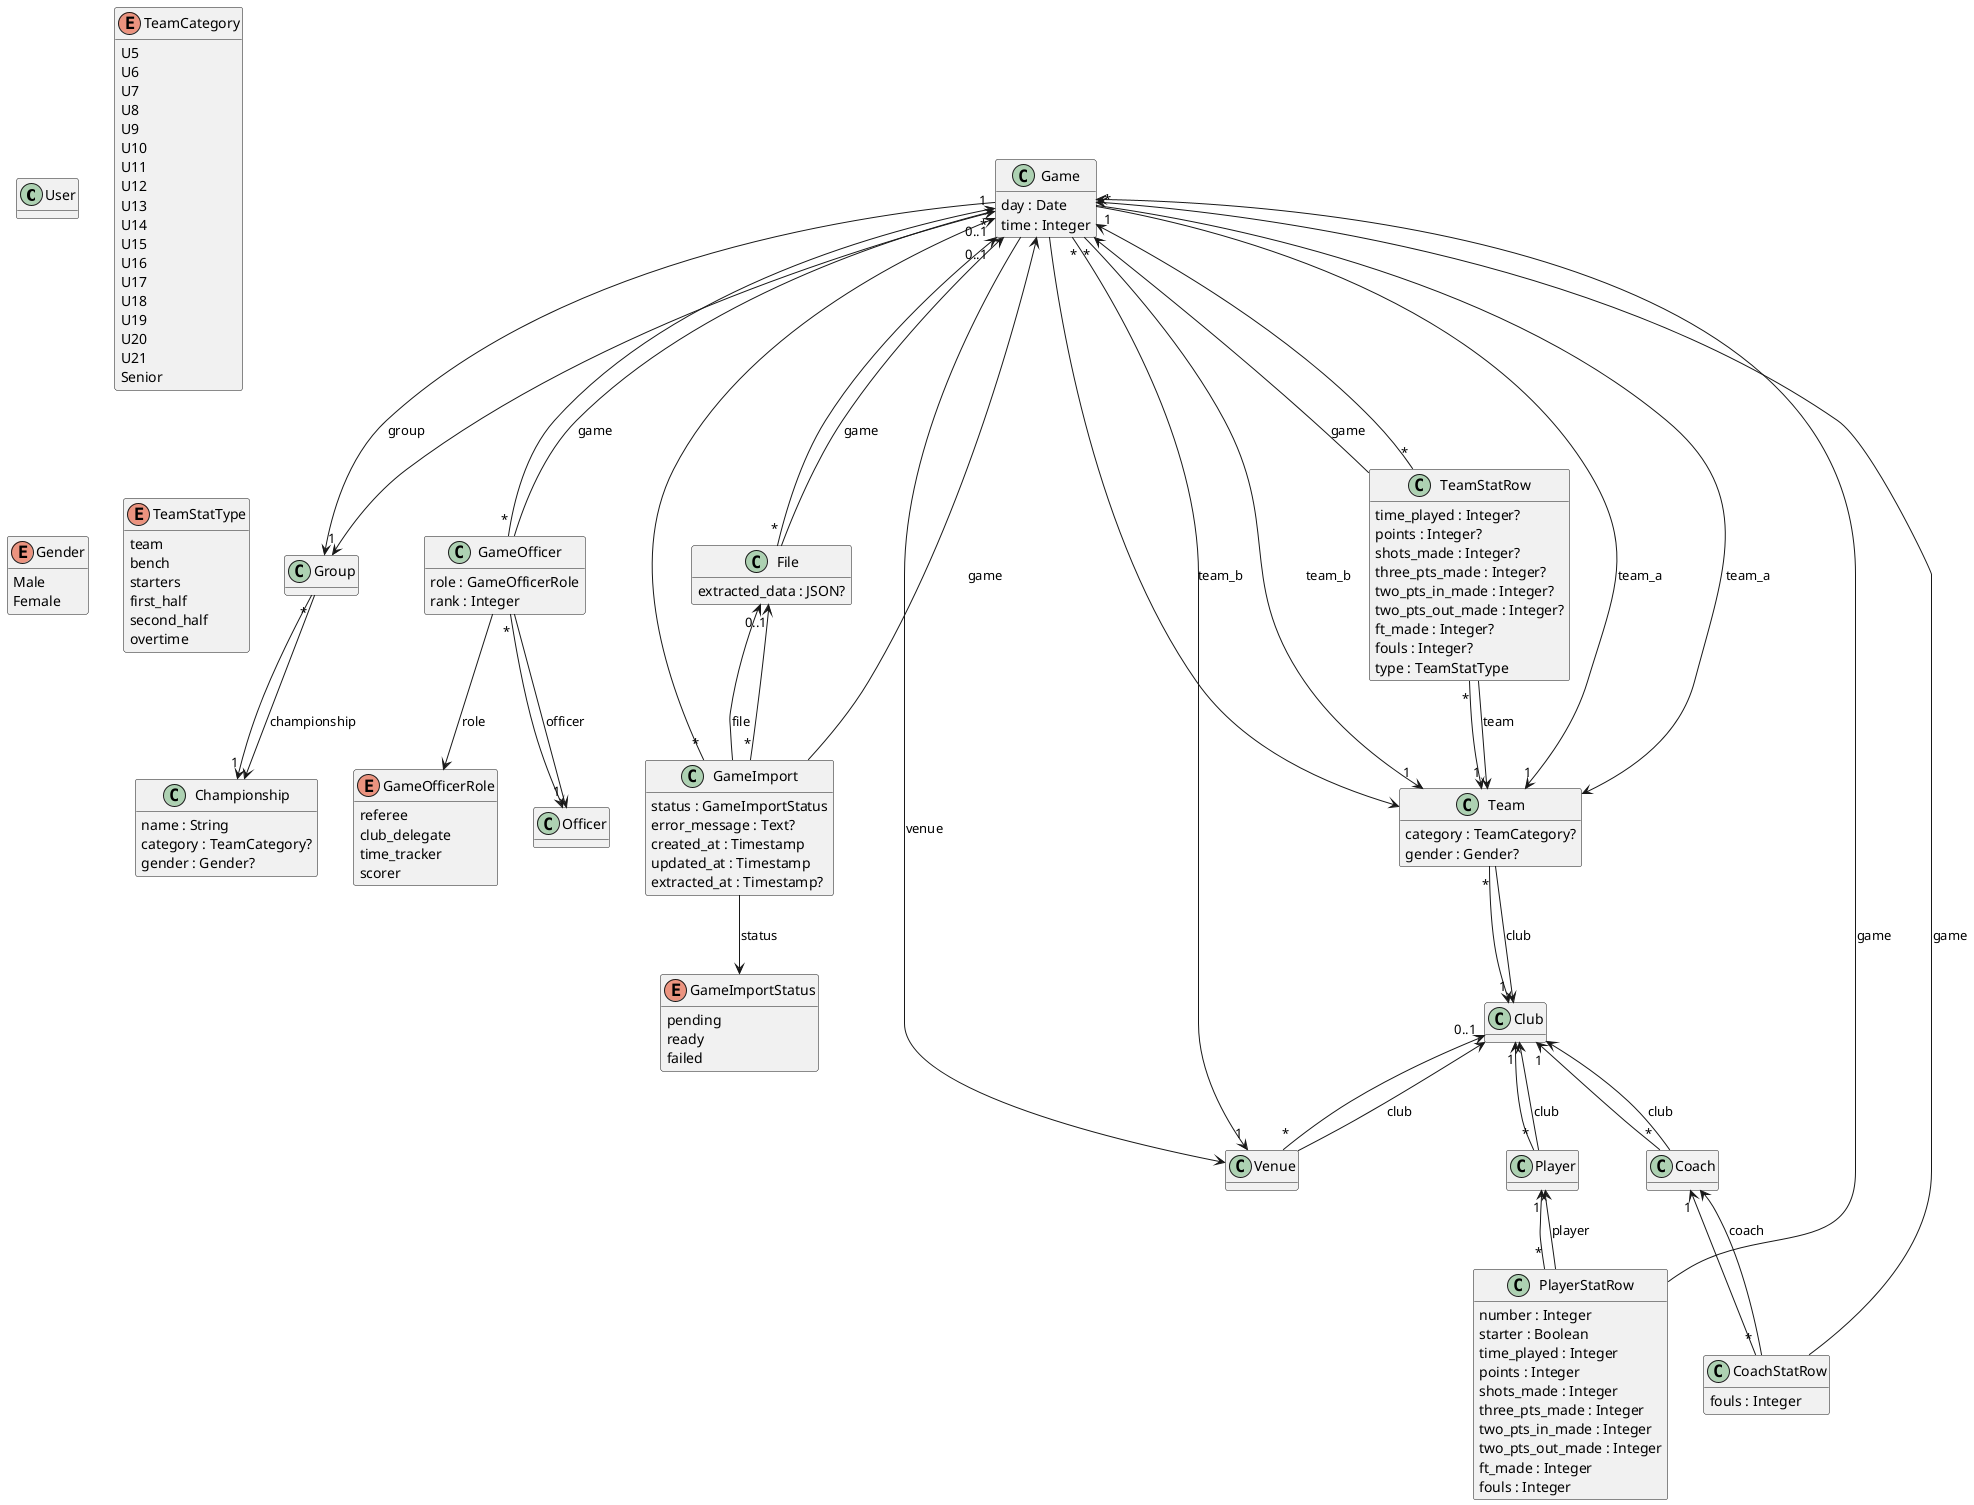
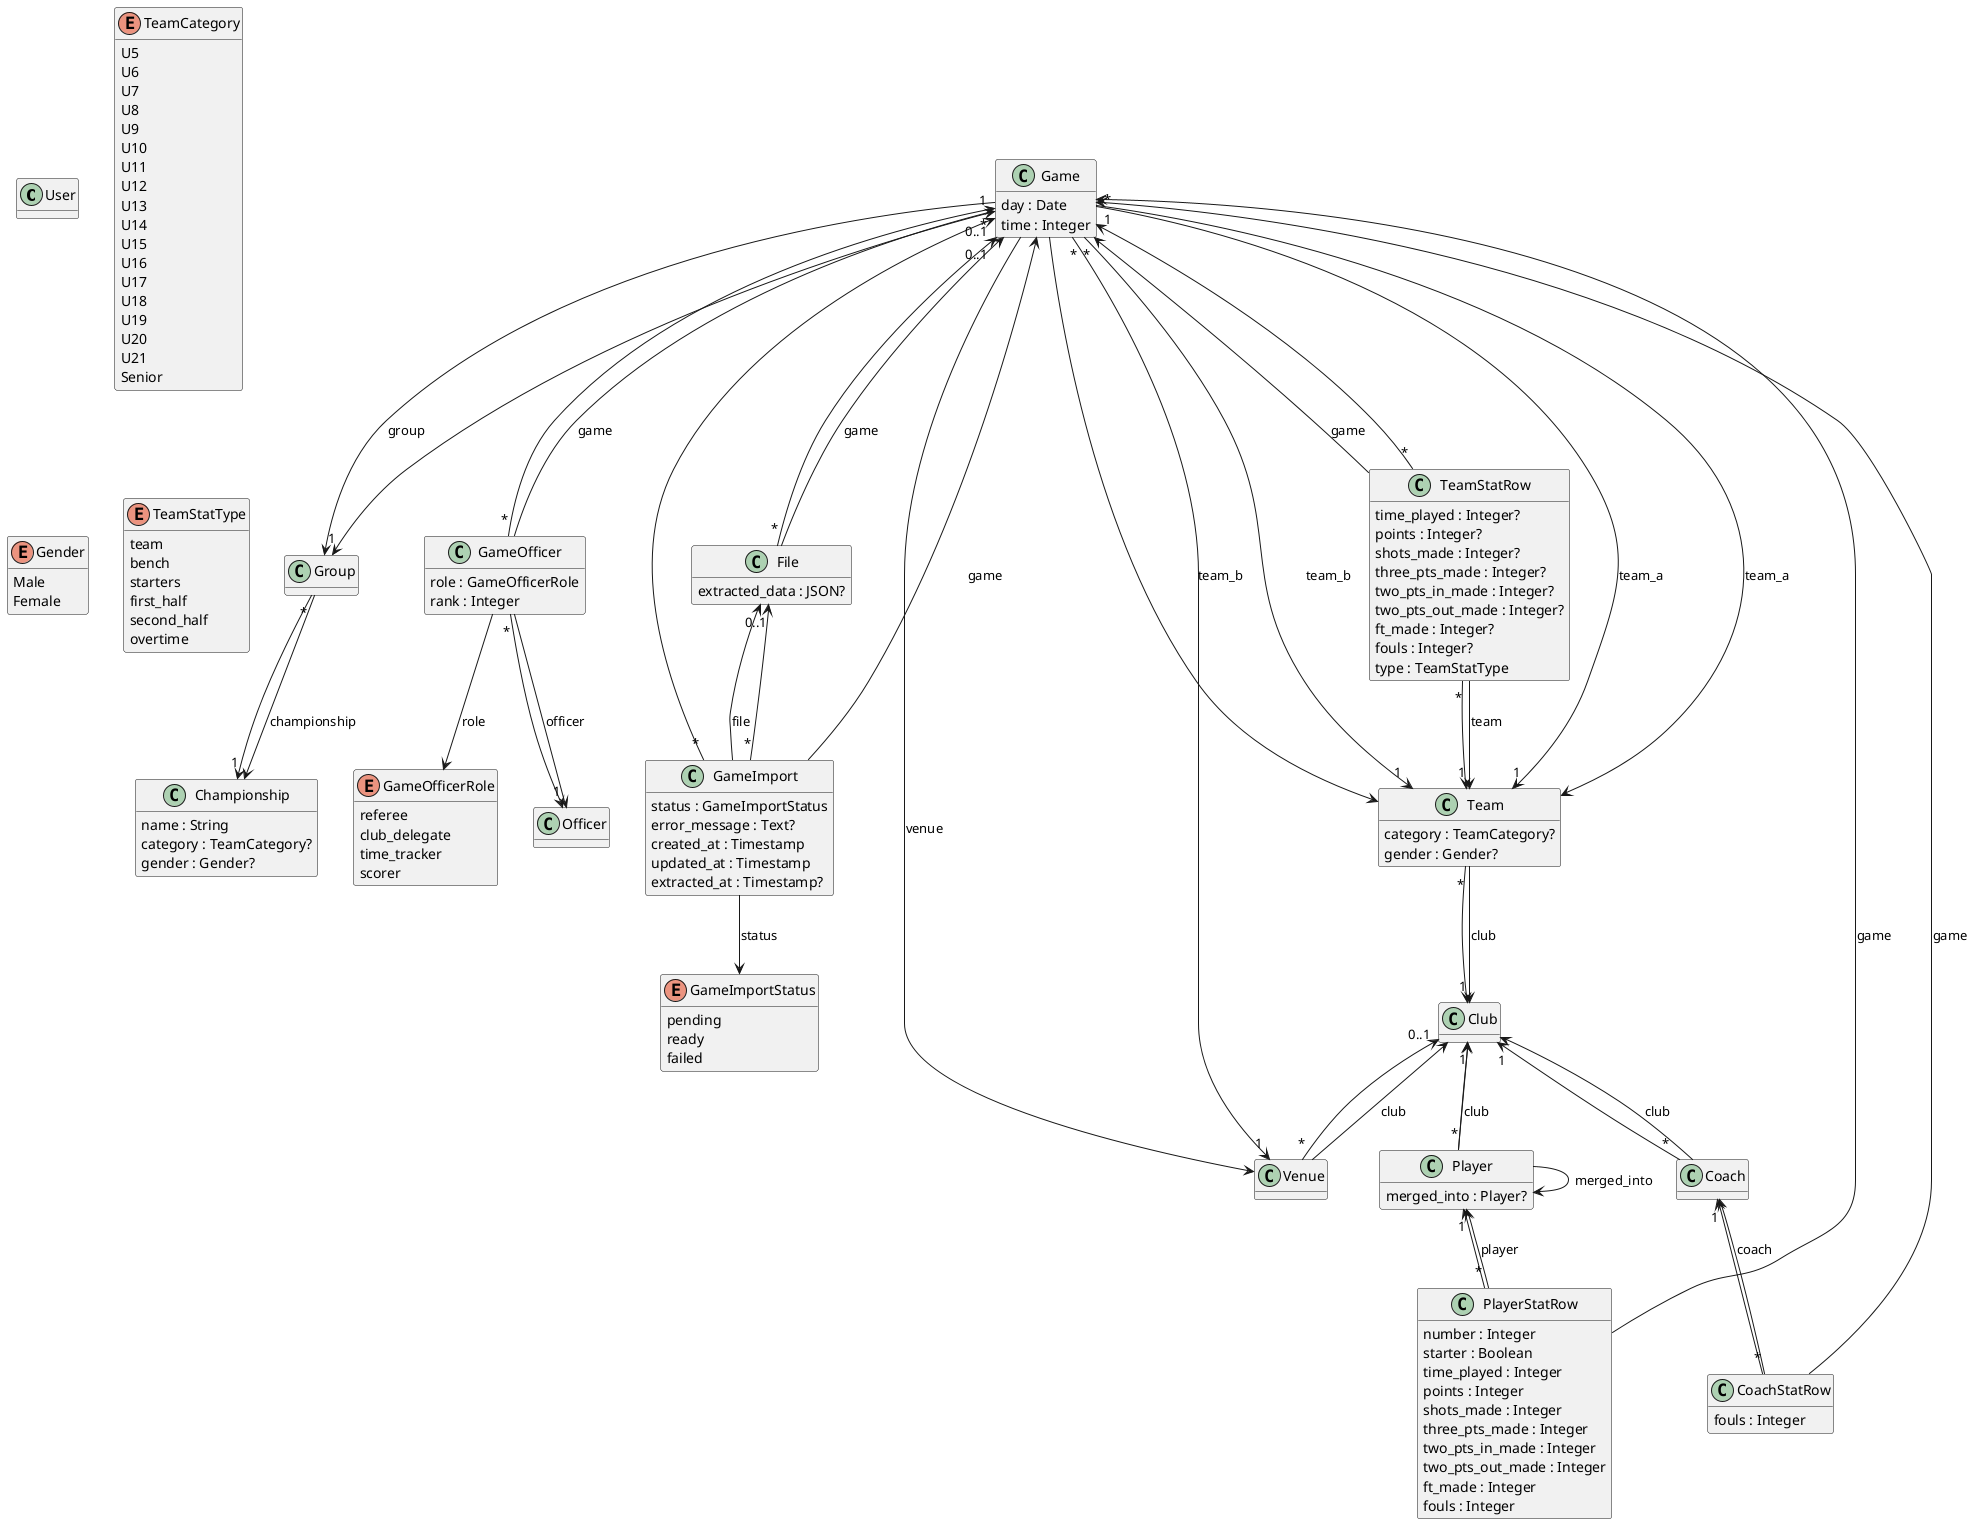
@startuml

hide methods
skinparam classAttributeIconSize 0

' =========================
' Entities
' =========================

class User {
  first_name : String(50)
}

class Game {
  day : Date
  time : Integer
  game_number : String(20)
}

class Championship {
  name : String
  season : String(9)?
  short_code : String(10)?
  category : TeamCategory?
  gender : Gender?
}

class Group {
  name : String(50)
}

class Player {
  last_name : String(50)
  first_name : String(50)
+   search_key : String(101)?
+   merged_into : Player?
}

class Coach {
  last_name : String(50)
  first_name : String(50)
}

class Officer {
  name : String(100)
}

class GameOfficer {
  role : GameOfficerRole
  rank : Integer
}

enum TeamCategory {
  U5
  U6
  U7
  U8
  U9
  U10
  U11
  U12
  U13
  U14
  U15
  U16
  U17
  U18
  U19
  U20
  U21
  Senior
}

enum Gender {
  Male
  Female
}

enum GameOfficerRole {
  referee
  club_delegate
  time_tracker
  scorer
}

class PlayerStatRow {
  number : Integer
  starter : Boolean
  time_played : Integer
  points : Integer
  shots_made : Integer
  three_pts_made : Integer
  two_pts_in_made : Integer
  two_pts_out_made : Integer
  ft_made : Integer
  fouls : Integer
}

class CoachStatRow {
  fouls : Integer
}

enum TeamStatType {
  team
  bench
  starters
  first_half
  second_half
  overtime
}

class TeamStatRow {
  time_played : Integer?
  points : Integer?
  shots_made : Integer?
  three_pts_made : Integer?
  two_pts_in_made : Integer?
  two_pts_out_made : Integer?
  ft_made : Integer?
  fouls : Integer?
  type : TeamStatType
}

class File {
  name : String(100)
  location : String(256)
  hash : String(64)
  extracted_data : JSON?
}

enum GameImportStatus {
  pending
  ready
  failed
}

class GameImport {
  status : GameImportStatus
  error_message : Text?
  filename : String(256)
  league_code : String(20)
  championship_code : String(50)
  group_name : String(50)
  game_number : String(20)
  team_a_name : String(100)
  team_a_suffix : String(10)?
  team_b_name : String(100)
  team_b_suffix : String(10)?
  created_at : Timestamp
  updated_at : Timestamp
  extracted_at : Timestamp?
}

class Team {
  name : String(100)
  suffix : String(10)?
  category : TeamCategory?
  gender : Gender?
}

class Club {
  name : String(100)
  code : String(20)?
}

class Venue {
  name : String(100)
  address : String(256)?
}

' =========================
' Relationships
' =========================

Game --> Venue : venue
Game --> Group : group
Game --> Team : team_a
Game --> Team : team_b

GameOfficer --> Game : game
GameOfficer --> Officer : officer
GameOfficer --> GameOfficerRole : role

Group --> Championship : championship

Player --> Club : club
+ Player --> Player : merged_into
Coach --> Club : club

PlayerStatRow --> Game : game
PlayerStatRow --> Player : player

CoachStatRow --> Game : game
CoachStatRow --> Coach : coach

TeamStatRow --> Game : game
TeamStatRow --> Team : team

Team --> Club : club

Venue --> Club : club

File --> Game : game

' =========================
' Cardinalities
' =========================

Championship "1" <-- "*" Group
Group "1" <-- "*" Game

Venue "1" <-- "*" Game

Team "1" <-- "*" Game : team_a
Team "1" <-- "*" Game : team_b

Game "1" <-- "*" GameOfficer
Officer "1" <-- "*" GameOfficer

Club "0..1" <-- "*" Venue
Club "1" <-- "*" Team
Club "1" <-- "*" Player
Club "1" <-- "*" Coach

Player "1" <-- "*" PlayerStatRow
Coach "1" <-- "*" CoachStatRow

Game "1" <-- "*" TeamStatRow
Team "1" <-- "*" TeamStatRow

Game "0..1" <-- "*" File

GameImport --> File : file
GameImport --> Game : game
GameImport --> GameImportStatus : status

File "0..1" <-- "*" GameImport
Game "0..1" <-- "*" GameImport

@enduml
